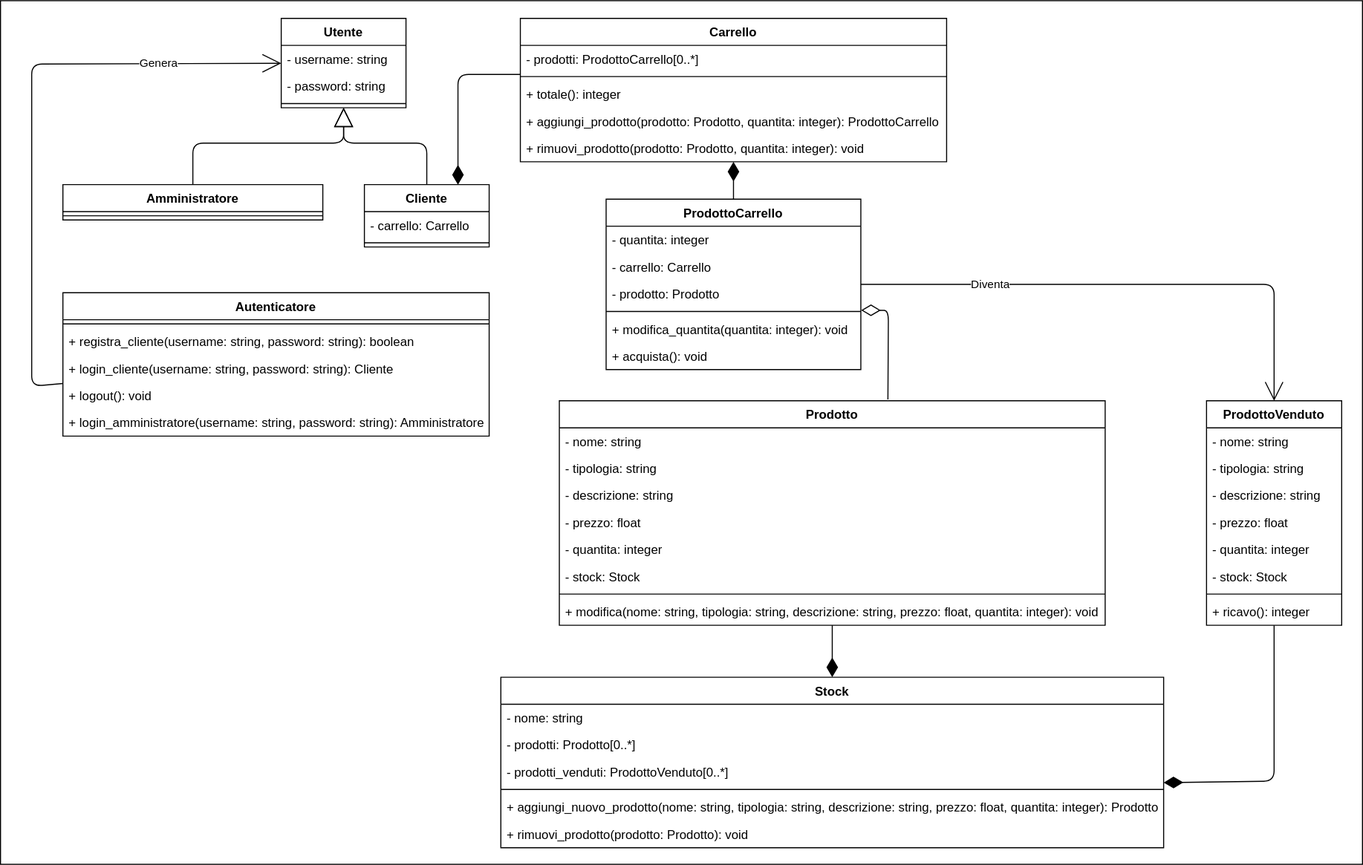
Above: diagrammi/classi.drawio.svg in MickTK/ProgettoFinaleISW (draw.io), before the change. Source tidied: cells renumbered, new cells last; positions are measured from the earlier drawing's top-left corner, leaving out a move shared by most shapes.
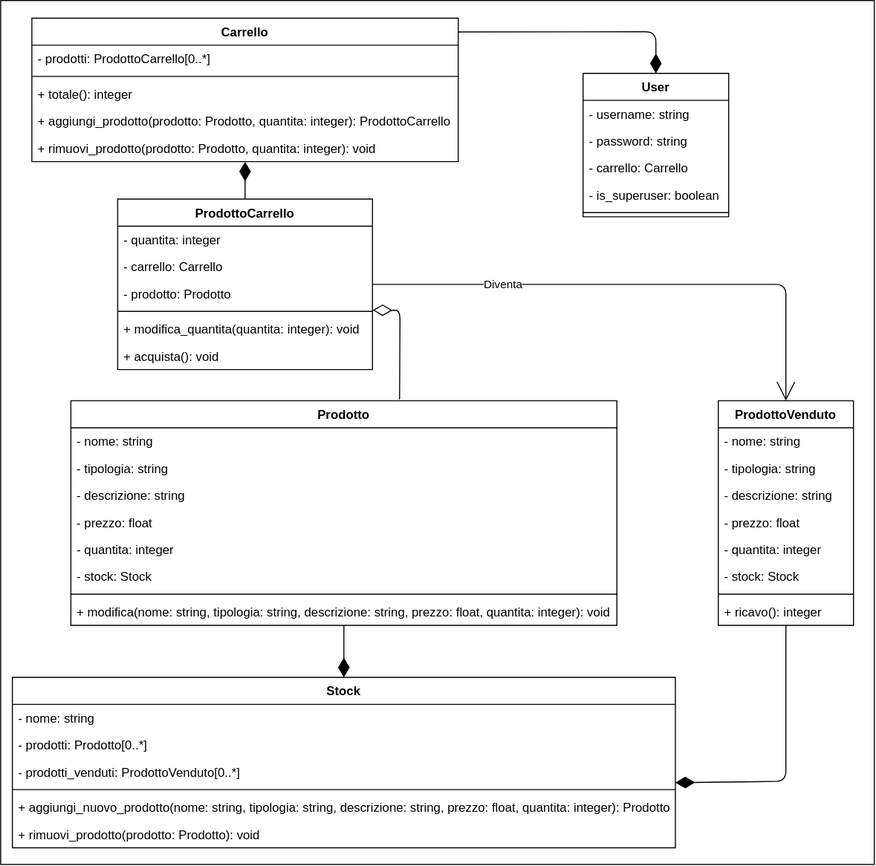
The same file after the commit.

Commit message:
Diagramma delle classi

- Propagate le modifiche dei modelli

Change to the diagram source:
```diff
@@ -3,17 +3,8 @@
     <mxCell id="0" />
     <mxCell id="1" parent="0" />
     <mxCell id="2" style="rounded=0;whiteSpace=wrap;html=1;" parent="1" vertex="1">
-      <mxGeometry width="1310" height="831" as="geometry" />
+      <mxGeometry x="470" width="840" height="831" as="geometry" />
     </mxCell>
-    <mxCell id="3" value="Cliente" style="swimlane;fontStyle=1;align=center;verticalAlign=top;horizontal=1;startSize=26;" parent="1" vertex="1">
-      <mxGeometry x="350" y="177" width="120" height="60" as="geometry" />
-    </mxCell>
-    <mxCell id="4" value="- carrello: Carrello" style="text;strokeColor=none;fillColor=none;align=left;verticalAlign=top;spacingLeft=4;spacingRight=4;overflow=hidden;" parent="3" vertex="1">
-      <mxGeometry y="26" width="120" height="26" as="geometry" />
-    </mxCell>
-    <mxCell id="5" style="line;strokeWidth=1;fillColor=none;align=left;verticalAlign=middle;spacingTop=-1;spacingLeft=3;spacingRight=3;labelPosition=right;strokeColor=inherit;" parent="3" vertex="1">
-      <mxGeometry y="52" width="120" height="8" as="geometry" />
-    </mxCell>
     <mxCell id="6" value="Carrello" style="swimlane;fontStyle=1;align=center;verticalAlign=top;horizontal=1;startSize=26;" parent="1" vertex="1">
       <mxGeometry x="500" y="17" width="410" height="138" as="geometry" />
     </mxCell>
@@ -80,45 +71,28 @@
     <mxCell id="27" value="+ modifica(nome: string, tipologia: string, descrizione: string, prezzo: float, quantita: integer): void" style="text;strokeColor=none;fillColor=none;align=left;verticalAlign=top;spacingLeft=4;spacingRight=4;overflow=hidden;" parent="19" vertex="1">
       <mxGeometry y="190" width="525" height="26" as="geometry" />
     </mxCell>
-    <mxCell id="28" value="Utente" style="swimlane;fontStyle=1;align=center;verticalAlign=top;horizontal=1;startSize=26;" parent="1" vertex="1">
-      <mxGeometry x="270" y="17" width="120" height="86" as="geometry" />
+    <mxCell id="28" value="User" style="swimlane;fontStyle=1;align=center;verticalAlign=top;horizontal=1;startSize=26;" parent="1" vertex="1">
+      <mxGeometry x="1030" y="70" width="140" height="138" as="geometry" />
     </mxCell>
     <mxCell id="29" value="- username: string" style="text;strokeColor=none;fillColor=none;align=left;verticalAlign=top;spacingLeft=4;spacingRight=4;overflow=hidden;" parent="28" vertex="1">
-      <mxGeometry y="26" width="120" height="26" as="geometry" />
+      <mxGeometry y="26" width="140" height="26" as="geometry" />
     </mxCell>
     <mxCell id="30" value="- password: string" style="text;strokeColor=none;fillColor=none;align=left;verticalAlign=top;spacingLeft=4;spacingRight=4;overflow=hidden;" parent="28" vertex="1">
-      <mxGeometry y="52" width="120" height="26" as="geometry" />
+      <mxGeometry y="52" width="140" height="26" as="geometry" />
     </mxCell>
+    <mxCell id="4" value="- carrello: Carrello" style="text;strokeColor=none;fillColor=none;align=left;verticalAlign=top;spacingLeft=4;spacingRight=4;overflow=hidden;" parent="28" vertex="1">
+      <mxGeometry y="78" width="140" height="26" as="geometry" />
+    </mxCell>
+    <mxCell id="67" value="- is_superuser: boolean" style="text;strokeColor=none;fillColor=none;align=left;verticalAlign=top;spacingLeft=4;spacingRight=4;overflow=hidden;" parent="28" vertex="1">
+      <mxGeometry y="104" width="140" height="26" as="geometry" />
+    </mxCell>
     <mxCell id="31" style="line;strokeWidth=1;fillColor=none;align=left;verticalAlign=middle;spacingTop=-1;spacingLeft=3;spacingRight=3;labelPosition=right;strokeColor=inherit;" parent="28" vertex="1">
-      <mxGeometry y="78" width="120" height="8" as="geometry" />
+      <mxGeometry y="130" width="140" height="8" as="geometry" />
     </mxCell>
-    <mxCell id="32" value="Amministratore" style="swimlane;fontStyle=1;align=center;verticalAlign=top;horizontal=1;startSize=26;" parent="1" vertex="1">
-      <mxGeometry x="60" y="177" width="250" height="34" as="geometry" />
-    </mxCell>
-    <mxCell id="33" style="line;strokeWidth=1;fillColor=none;align=left;verticalAlign=middle;spacingTop=-1;spacingLeft=3;spacingRight=3;labelPosition=right;strokeColor=inherit;" parent="32" vertex="1">
-      <mxGeometry y="26" width="250" height="8" as="geometry" />
-    </mxCell>
-    <mxCell id="34" style="endArrow=block;endSize=16;endFill=0;html=1;" parent="1" edge="1" source="3" target="28">
-      <mxGeometry relative="1" as="geometry">
-        <Array as="points">
-          <mxPoint x="410" y="137" />
-          <mxPoint x="330" y="137" />
-        </Array>
-      </mxGeometry>
-    </mxCell>
-    <mxCell id="35" style="endArrow=block;endSize=16;endFill=0;html=1;" parent="1" edge="1" source="32" target="28">
-      <mxGeometry relative="1" as="geometry">
-        <Array as="points">
-          <mxPoint x="185" y="137" />
-          <mxPoint x="330" y="137" />
-        </Array>
-      </mxGeometry>
-    </mxCell>
-    <mxCell id="36" style="endArrow=diamondThin;html=1;endFill=1;startArrow=none;startFill=0;endSize=16;entryX=0.75;entryY=0;entryDx=0;entryDy=0;" parent="1" edge="1" target="3">
+    <mxCell id="36" style="endArrow=diamondThin;html=1;endFill=1;startArrow=none;startFill=0;endSize=16;exitX=1;exitY=0.096;exitDx=0;exitDy=0;exitPerimeter=0;entryX=0.5;entryY=0;entryDx=0;entryDy=0;" parent="1" edge="1" source="6" target="28">
       <mxGeometry relative="1" as="geometry">
-        <mxPoint x="500" y="71" as="sourcePoint" />
         <Array as="points">
-          <mxPoint x="440" y="71" />
+          <mxPoint x="1100" y="30" />
         </Array>
       </mxGeometry>
     </mxCell>
@@ -132,24 +106,6 @@
         </Array>
       </mxGeometry>
     </mxCell>
-    <mxCell id="39" value="Autenticatore" style="swimlane;fontStyle=1;align=center;verticalAlign=top;horizontal=1;startSize=26;" parent="1" vertex="1">
-      <mxGeometry x="60" y="281" width="410" height="138" as="geometry" />
-    </mxCell>
-    <mxCell id="40" style="line;strokeWidth=1;fillColor=none;align=left;verticalAlign=middle;spacingTop=-1;spacingLeft=3;spacingRight=3;labelPosition=right;strokeColor=inherit;" parent="39" vertex="1">
-      <mxGeometry y="26" width="410" height="8" as="geometry" />
-    </mxCell>
-    <mxCell id="41" value="+ registra_cliente(username: string, password: string): boolean" style="text;strokeColor=none;fillColor=none;align=left;verticalAlign=top;spacingLeft=4;spacingRight=4;overflow=hidden;" parent="39" vertex="1">
-      <mxGeometry y="34" width="410" height="26" as="geometry" />
-    </mxCell>
-    <mxCell id="42" value="+ login_cliente(username: string, password: string): Cliente" style="text;strokeColor=none;fillColor=none;align=left;verticalAlign=top;spacingLeft=4;spacingRight=4;overflow=hidden;" parent="39" vertex="1">
-      <mxGeometry y="60" width="410" height="26" as="geometry" />
-    </mxCell>
-    <mxCell id="43" value="+ logout(): void" style="text;strokeColor=none;fillColor=none;align=left;verticalAlign=top;spacingLeft=4;spacingRight=4;overflow=hidden;" parent="39" vertex="1">
-      <mxGeometry y="86" width="410" height="26" as="geometry" />
-    </mxCell>
-    <mxCell id="44" value="+ login_amministratore(username: string, password: string): Amministratore" style="text;strokeColor=none;fillColor=none;align=left;verticalAlign=top;spacingLeft=4;spacingRight=4;overflow=hidden;" parent="39" vertex="1">
-      <mxGeometry y="112" width="410" height="26" as="geometry" />
-    </mxCell>
     <mxCell id="45" value="Stock" style="swimlane;fontStyle=1;align=center;verticalAlign=top;horizontal=1;startSize=26;" parent="1" vertex="1">
       <mxGeometry x="481.2" y="651" width="637.5" height="164" as="geometry" />
     </mxCell>
@@ -193,19 +149,6 @@
         </Array>
       </mxGeometry>
     </mxCell>
-    <mxCell id="56" style="endArrow=none;html=1;endFill=0;startArrow=open;startFill=0;endSize=16;startSize=16;" parent="1" edge="1" source="28" target="39">
-      <mxGeometry relative="1" as="geometry">
-        <Array as="points">
-          <mxPoint x="30" y="61" />
-          <mxPoint x="30" y="371" />
-        </Array>
-      </mxGeometry>
-    </mxCell>
-    <mxCell id="57" value="Genera" style="edgeLabel;html=1;align=center;verticalAlign=middle;" parent="56" vertex="1">
-      <mxGeometry x="-0.67" relative="1" as="geometry">
-        <mxPoint x="-24" y="-1" as="offset" />
-      </mxGeometry>
-    </mxCell>
     <mxCell id="58" value="ProdottoVenduto" style="swimlane;fontStyle=1;align=center;verticalAlign=top;horizontal=1;startSize=26;" parent="1" vertex="1">
       <mxGeometry x="1160" y="385" width="130" height="216" as="geometry" />
     </mxCell>
```
